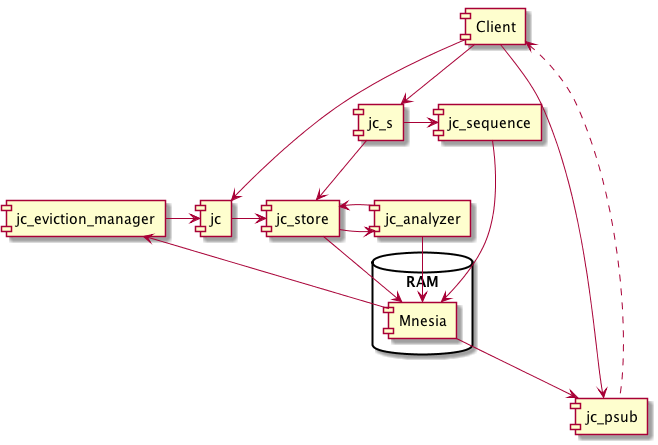
The PlantUML diagram doc/jc.png in jr0senblum/jc, before a commit.
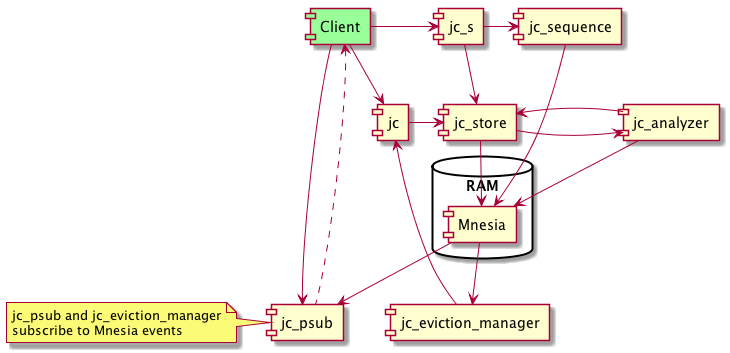
After the commit.

The edit, as a diff of the source:
```diff
@@ -1,6 +1,6 @@
 @startuml
-
-  [Client] --> [jc_s]
+	[Client] #99FF99
+  [Client] -r--> [jc_s]
   [jc_s] -> [jc_sequence]
   [jc_s] --> [jc_store]
 
@@ -16,9 +16,14 @@
   }
 
   [Mnesia] -> [jc_psub]
-  [Mnesia] -> [jc_eviction_manager]
-  [jc_eviction_manager] -> [jc]
+  [Mnesia] -d-> [jc_eviction_manager]
+  [jc] <-d- [jc_eviction_manager]
 
   [Client] --> [jc_psub]
   [Client] <.. [jc_psub]
+
+  note left of [jc_psub]
+  jc_psub and jc_eviction_manager
+  subscribe to Mnesia events
+  end note
 @enduml
```
